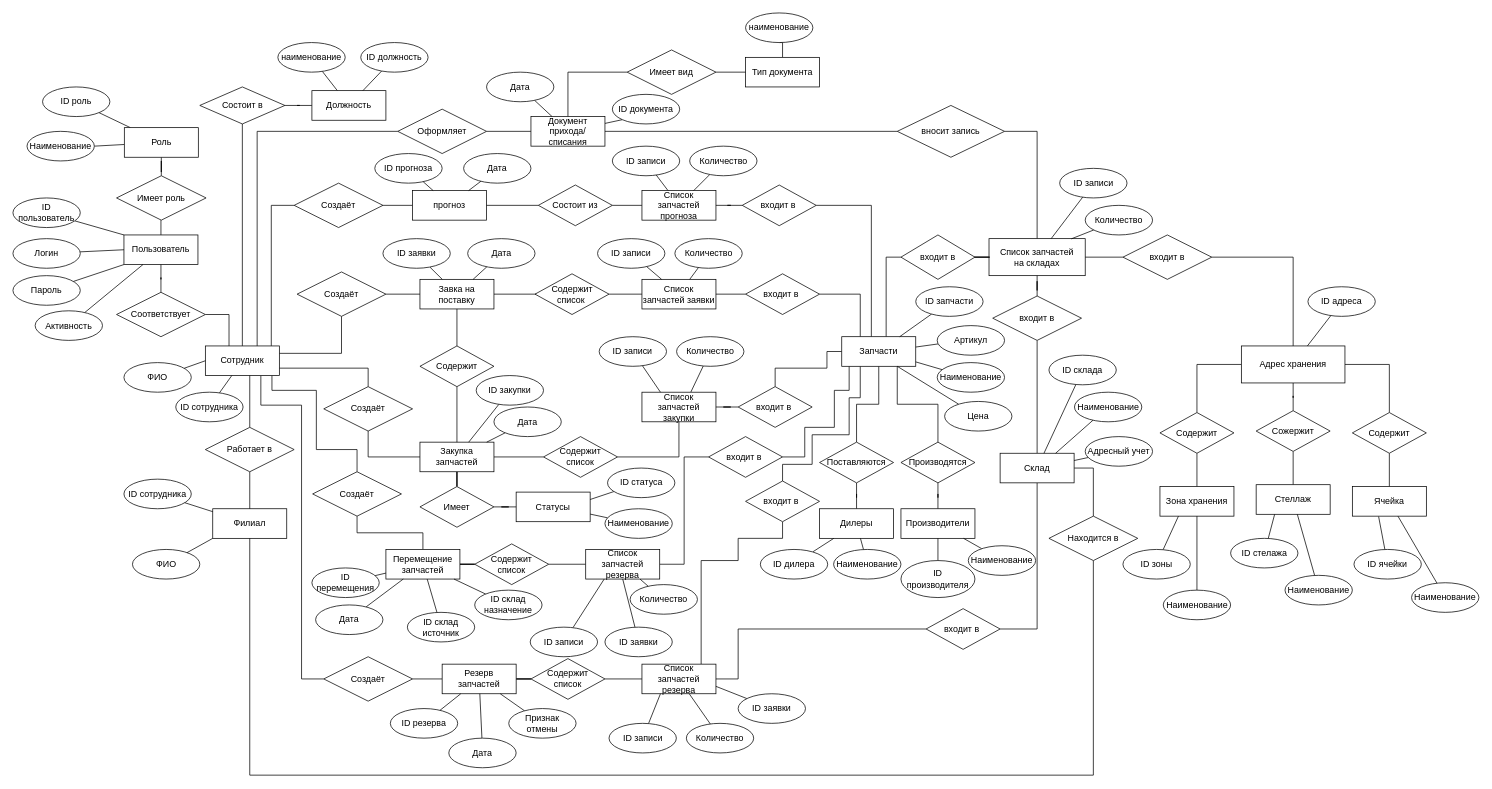
aapoplavskii/Project_Otus_SA keeps this draw.io diagram as ER модель.drawio. Above is the earlier version. Source tidied: cells renumbered, new cells numbered last; positions are measured from the earlier drawing's top-left corner, leaving out a move shared by most shapes. Both pictures are drawn from the tidied source at 74%, with x=0, y=0 at pixel (13, 13).
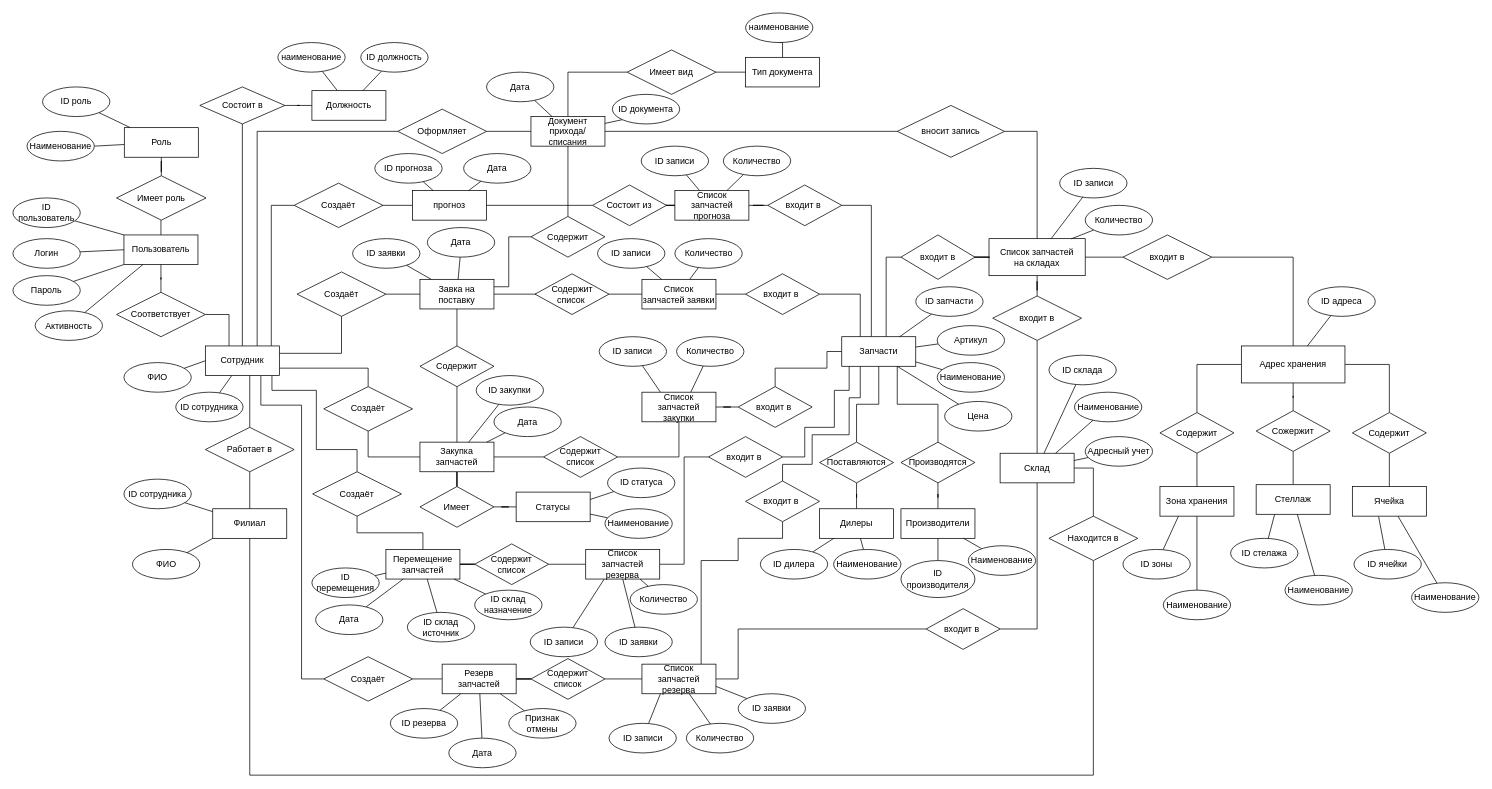
Above is the later version.

Unchanged cells that the change refers to:
```xml
<mxCell id="15" value="Завка на поставку" style="whiteSpace=wrap;html=1;align=center;" parent="1" vertex="1">
  <mxGeometry x="550" y="360" width="100" height="40" as="geometry" />
</mxCell>
<mxCell id="33" value="Документ прихода/списания" style="whiteSpace=wrap;html=1;align=center;" parent="1" vertex="1">
  <mxGeometry x="700" y="140" width="100" height="40" as="geometry" />
</mxCell>
```

The edit, as a diff of the source:
```diff
@@
     <mxCell id="59" value="Состоит из" style="shape=rhombus;perimeter=rhombusPerimeter;whiteSpace=wrap;html=1;align=center;" parent="1" vertex="1">
-      <mxGeometry x="710" y="232.5" width="100" height="55" as="geometry" />
+      <mxGeometry x="783.2" y="232.5" width="100" height="55" as="geometry" />
     </mxCell>
@@
     <mxCell id="98" value="Список запчастей прогноза" style="whiteSpace=wrap;html=1;align=center;" parent="1" vertex="1">
-      <mxGeometry x="850" y="240" width="100" height="40" as="geometry" />
+      <mxGeometry x="894.5" y="240" width="100" height="40" as="geometry" />
     </mxCell>
@@
     <mxCell id="100" value="входит в&amp;nbsp;" style="shape=rhombus;perimeter=rhombusPerimeter;whiteSpace=wrap;html=1;align=center;" parent="1" vertex="1">
-      <mxGeometry x="985.5" y="232.5" width="100" height="55" as="geometry" />
+      <mxGeometry x="1020" y="232.5" width="100" height="55" as="geometry" />
     </mxCell>
@@
     <mxCell id="137" value="ID записи" style="ellipse;whiteSpace=wrap;html=1;" parent="1" vertex="1">
-      <mxGeometry x="810" y="180" width="91" height="40" as="geometry" />
+      <mxGeometry x="849" y="180" width="91" height="40" as="geometry" />
     </mxCell>
@@
     <mxCell id="139" value="Количество" style="ellipse;whiteSpace=wrap;html=1;" parent="1" vertex="1">
-      <mxGeometry x="914.5" y="180" width="91" height="40" as="geometry" />
+      <mxGeometry x="960" y="180" width="91" height="40" as="geometry" />
     </mxCell>
@@
     <mxCell id="141" value="ID заявки" style="ellipse;whiteSpace=wrap;html=1;" parent="1" vertex="1">
-      <mxGeometry x="500" y="305" width="91" height="40" as="geometry" />
+      <mxGeometry x="459" y="305" width="91" height="40" as="geometry" />
     </mxCell>
@@
     <mxCell id="143" value="Дата" style="ellipse;whiteSpace=wrap;html=1;" parent="1" vertex="1">
-      <mxGeometry x="614.5" y="305" width="91" height="40" as="geometry" />
+      <mxGeometry x="560" y="290" width="91" height="40" as="geometry" />
     </mxCell>
@@
+    <mxCell id="256" style="edgeStyle=orthogonalEdgeStyle;rounded=0;jettySize=auto;html=1;entryX=0.5;entryY=1;entryDx=0;entryDy=0;endArrow=none;endFill=0;" parent="1" edge="1" source="258" target="33">
+      <mxGeometry relative="1" as="geometry" />
+    </mxCell>
+    <mxCell id="257" style="edgeStyle=orthogonalEdgeStyle;rounded=0;jettySize=auto;html=1;entryX=1;entryY=0.25;entryDx=0;entryDy=0;endArrow=none;endFill=0;" parent="1" edge="1" source="258" target="15">
+      <mxGeometry relative="1" as="geometry">
+        <Array as="points">
+          <mxPoint x="670" y="303" />
+          <mxPoint x="670" y="370" />
+        </Array>
+      </mxGeometry>
+    </mxCell>
+    <mxCell id="258" value="Содержит" style="shape=rhombus;perimeter=rhombusPerimeter;whiteSpace=wrap;html=1;align=center;" parent="1" vertex="1">
+      <mxGeometry x="700" y="275" width="100" height="55" as="geometry" />
+    </mxCell>
```
